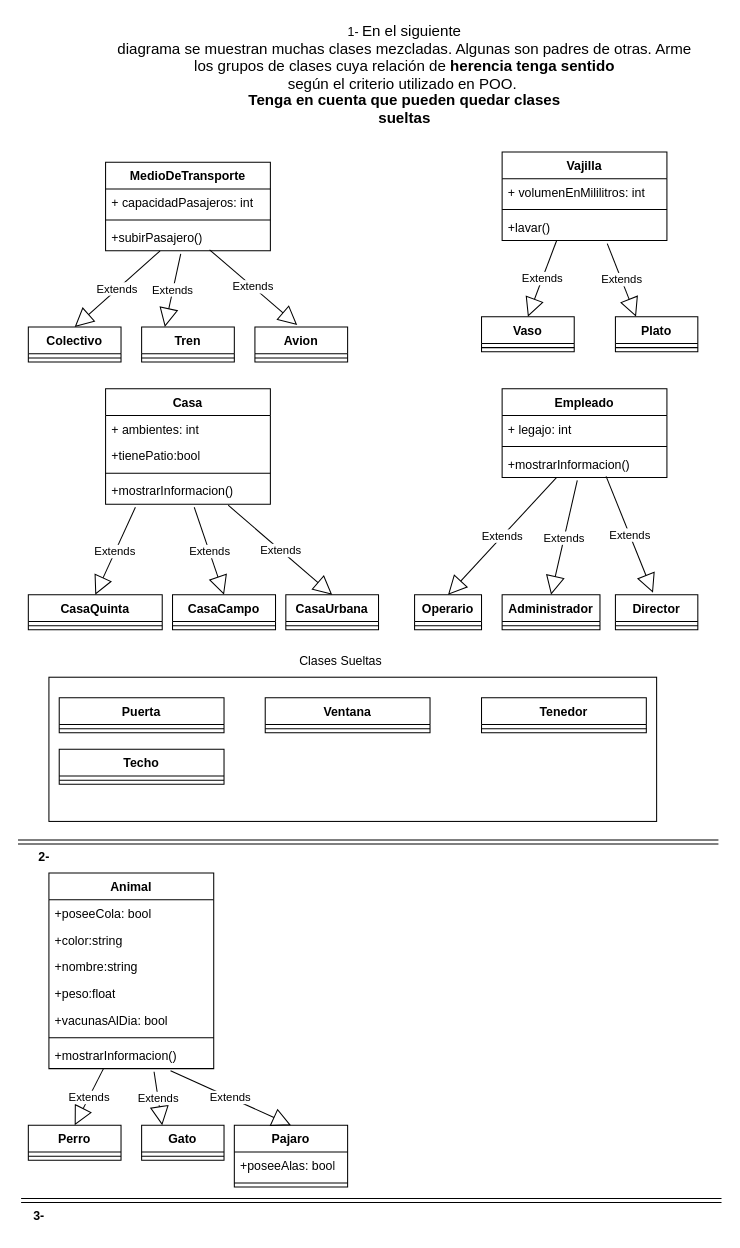
Earlier version of the draw.io diagram OrdenarClases.drawio (monick96/diagramasVarios). Source tidied: cells renumbered, new cells numbered last; positions are measured from the earlier drawing's top-left corner, leaving out a move shared by most shapes. Both pictures are drawn from the tidied source at 103%, with x=0, y=0 at pixel (18, 18).
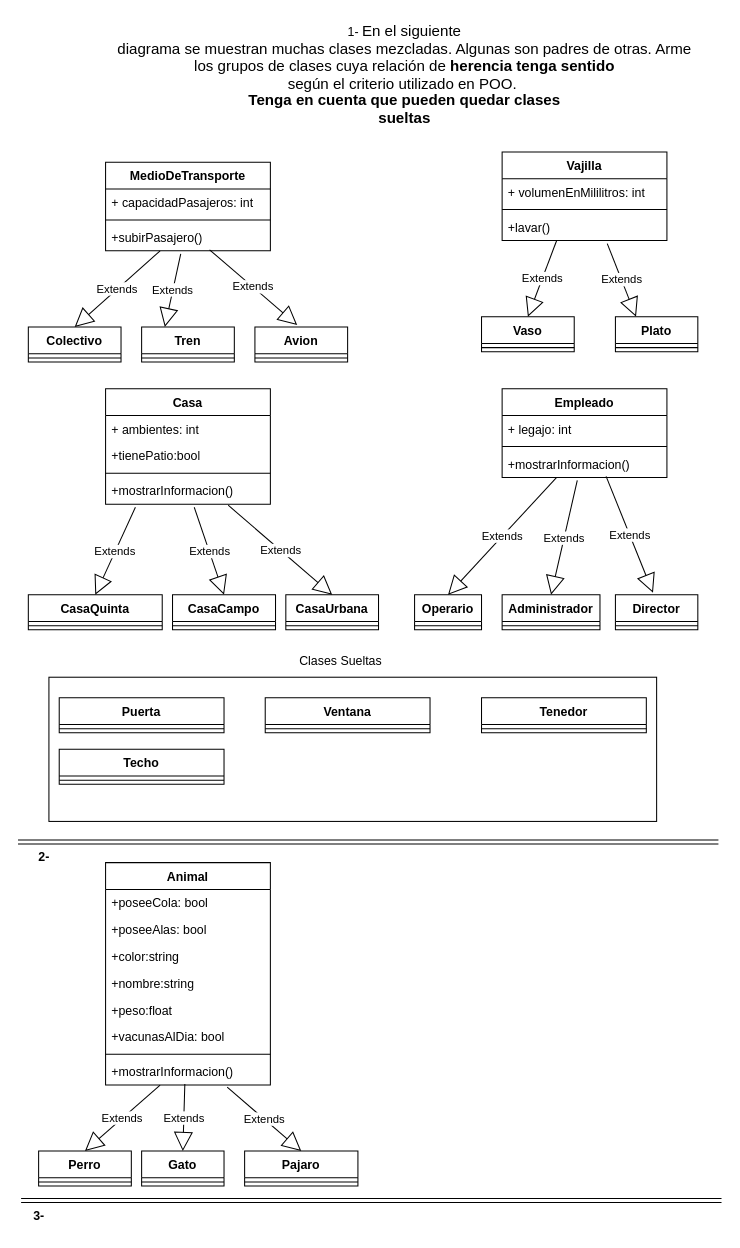
After the change.

What changed in the source:
```diff
@@
     <mxCell id="63" value="Animal" style="swimlane;fontStyle=1;align=center;verticalAlign=top;horizontal=1;startSize=26;whiteSpace=wrap;html=1;" parent="1" vertex="1">
-      <mxGeometry x="30" y="830" width="160" height="190" as="geometry" />
+      <mxGeometry x="85" y="820" width="160" height="216" as="geometry" />
     </mxCell>
@@
+    <mxCell id="82" value="+poseeAlas: bool" style="text;strokeColor=none;fillColor=none;align=left;verticalAlign=top;spacingLeft=4;spacingRight=4;overflow=hidden;whiteSpace=wrap;html=1;" parent="63" vertex="1">
+      <mxGeometry y="52" width="160" height="26" as="geometry" />
+    </mxCell>
     <mxCell id="65" value="+color:string" style="text;strokeColor=none;fillColor=none;align=left;verticalAlign=top;spacingLeft=4;spacingRight=4;overflow=hidden;whiteSpace=wrap;html=1;" parent="63" vertex="1">
-      <mxGeometry y="52" width="160" height="26" as="geometry" />
+      <mxGeometry y="78" width="160" height="26" as="geometry" />
     </mxCell>
     <mxCell id="66" value="+nombre:string" style="text;strokeColor=none;fillColor=none;align=left;verticalAlign=top;spacingLeft=4;spacingRight=4;overflow=hidden;whiteSpace=wrap;html=1;" parent="63" vertex="1">
-      <mxGeometry y="78" width="160" height="26" as="geometry" />
+      <mxGeometry y="104" width="160" height="26" as="geometry" />
     </mxCell>
     <mxCell id="67" value="+peso:float" style="text;strokeColor=none;fillColor=none;align=left;verticalAlign=top;spacingLeft=4;spacingRight=4;overflow=hidden;whiteSpace=wrap;html=1;" parent="63" vertex="1">
-      <mxGeometry y="104" width="160" height="26" as="geometry" />
+      <mxGeometry y="130" width="160" height="26" as="geometry" />
     </mxCell>
     <mxCell id="68" value="+vacunasAlDia: bool" style="text;strokeColor=none;fillColor=none;align=left;verticalAlign=top;spacingLeft=4;spacingRight=4;overflow=hidden;whiteSpace=wrap;html=1;" parent="63" vertex="1">
-      <mxGeometry y="130" width="160" height="26" as="geometry" />
+      <mxGeometry y="156" width="160" height="26" as="geometry" />
     </mxCell>
     <mxCell id="69" style="line;strokeWidth=1;fillColor=none;align=left;verticalAlign=middle;spacingTop=-1;spacingLeft=3;spacingRight=3;labelPosition=right;strokeColor=inherit;" parent="63" vertex="1">
-      <mxGeometry y="156" width="160" height="8" as="geometry" />
+      <mxGeometry y="182" width="160" height="8" as="geometry" />
     </mxCell>
     <mxCell id="70" value="+mostrarInformacion()" style="text;strokeColor=none;fillColor=none;align=left;verticalAlign=top;spacingLeft=4;spacingRight=4;overflow=hidden;points=[[0,0.5],[1,0.5]];portConstraint=eastwest;whiteSpace=wrap;html=1;" parent="63" vertex="1">
-      <mxGeometry y="164" width="160" height="26" as="geometry" />
+      <mxGeometry y="190" width="160" height="26" as="geometry" />
     </mxCell>
     <mxCell id="71" value="Perro" style="swimlane;fontStyle=1;align=center;verticalAlign=top;horizontal=1;startSize=26;whiteSpace=wrap;html=1;" parent="1" vertex="1">
-      <mxGeometry x="10" y="1075" width="90" height="34" as="geometry" />
+      <mxGeometry x="20" y="1100" width="90" height="34" as="geometry" />
     </mxCell>
@@
-    <mxCell id="73" value="Extends" style="endArrow=block;endSize=16;endFill=0;html=1;rounded=0;entryX=0.25;entryY=0;entryDx=0;entryDy=0;exitX=0.638;exitY=1.115;exitDx=0;exitDy=0;exitPerimeter=0;" parent="1" edge="1" source="70" target="74">
+    <mxCell id="73" value="Extends" style="endArrow=block;endSize=16;endFill=0;html=1;rounded=0;entryX=0.5;entryY=0;entryDx=0;entryDy=0;exitX=0.481;exitY=0.962;exitDx=0;exitDy=0;exitPerimeter=0;" parent="1" edge="1" source="70" target="74">
       <mxGeometry relative="1" as="geometry" />
     </mxCell>
     <mxCell id="74" value="Gato" style="swimlane;fontStyle=1;align=center;verticalAlign=top;horizontal=1;startSize=26;whiteSpace=wrap;html=1;" parent="1" vertex="1">
-      <mxGeometry x="120" y="1075" width="80" height="34" as="geometry" />
+      <mxGeometry x="120" y="1100" width="80" height="34" as="geometry" />
     </mxCell>
@@
     <mxCell id="81" value="Pajaro" style="swimlane;fontStyle=1;align=center;verticalAlign=top;horizontal=1;startSize=26;whiteSpace=wrap;html=1;" parent="1" vertex="1">
-      <mxGeometry x="210" y="1075" width="110" height="60" as="geometry" />
+      <mxGeometry x="220" y="1100" width="110" height="34" as="geometry" />
     </mxCell>
-    <mxCell id="82" value="+poseeAlas: bool" style="text;strokeColor=none;fillColor=none;align=left;verticalAlign=top;spacingLeft=4;spacingRight=4;overflow=hidden;whiteSpace=wrap;html=1;" parent="81" vertex="1">
-      <mxGeometry y="26" width="110" height="26" as="geometry" />
-    </mxCell>
     <mxCell id="83" style="line;strokeWidth=1;fillColor=none;align=left;verticalAlign=middle;spacingTop=-1;spacingLeft=3;spacingRight=3;labelPosition=right;strokeColor=inherit;" parent="81" vertex="1">
-      <mxGeometry y="52" width="110" height="8" as="geometry" />
+      <mxGeometry y="26" width="110" height="8" as="geometry" />
     </mxCell>
```
